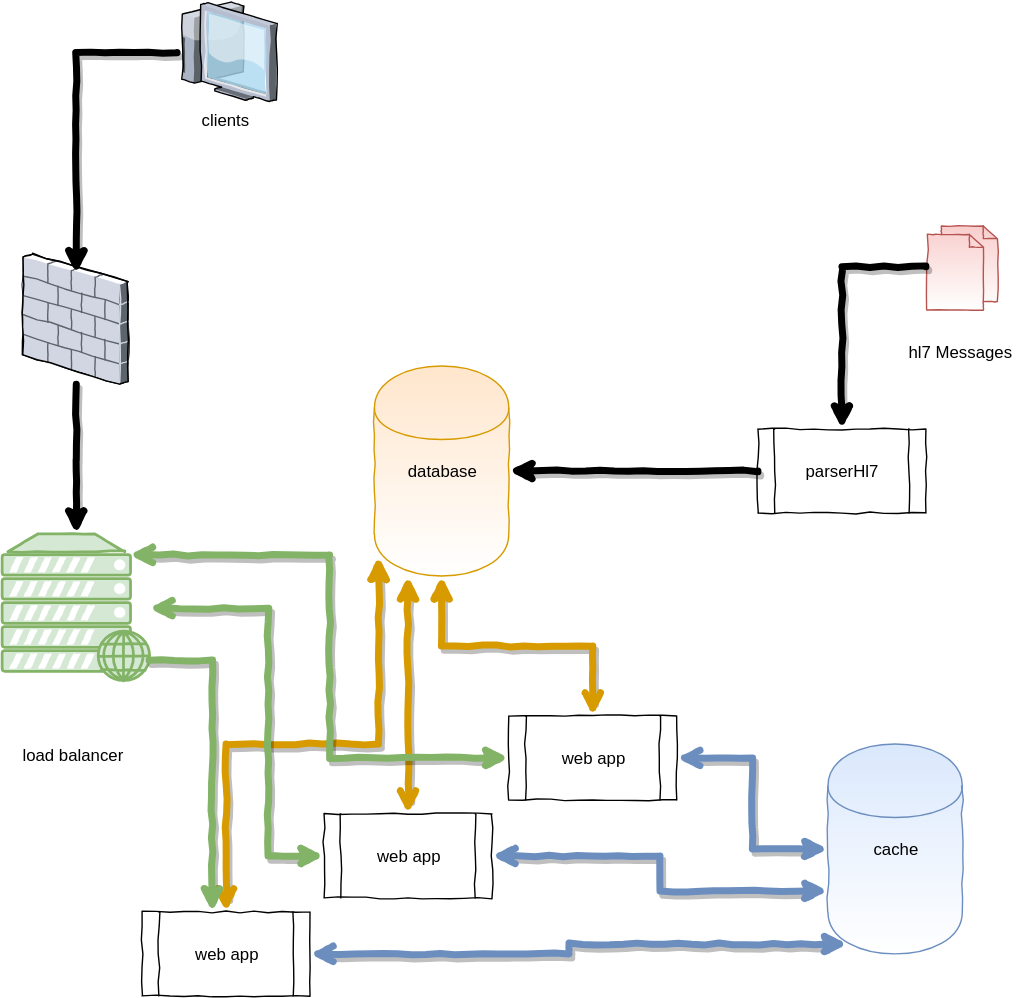
This is docs/diagram.svg from ffis/compass, a draw.io export, as it was before one commit. Source tidied: cells renumbered, new cells last; positions are measured from the earlier drawing's top-left corner, leaving out a move shared by most shapes. The source it was exported from:
```xml
<mxGraphModel>
  <root>
    <mxCell id="0" />
    <mxCell id="1" parent="0" />
    <mxCell id="2" value="parserHl7" style="shape=process;whiteSpace=wrap;html=1;comic=1;" parent="1" vertex="1">
      <mxGeometry x="540" y="305" width="120" height="60" as="geometry" />
    </mxCell>
    <mxCell id="3" style="endArrow=classic;html=1;entryX=1;entryY=0.5;exitX=0;exitY=0.5;shadow=1;strokeWidth=5;comic=1;" parent="1" edge="1" source="2" target="4">
      <mxGeometry relative="1" as="geometry" />
    </mxCell>
    <mxCell id="4" value="database" style="shape=cylinder;whiteSpace=wrap;html=1;comic=1;fillColor=#ffe6cc;strokeColor=#d79b00;gradientColor=#ffffff;" parent="1" vertex="1">
      <mxGeometry x="266" y="260" width="96" height="150" as="geometry" />
    </mxCell>
    <mxCell id="5" value="web app" style="shape=process;whiteSpace=wrap;html=1;comic=1;" parent="1" vertex="1">
      <mxGeometry x="362" y="510" width="120" height="60" as="geometry" />
    </mxCell>
    <mxCell id="6" style="edgeStyle=orthogonalEdgeStyle;rounded=0;comic=1;html=1;entryX=0.5;entryY=1;shadow=1;jettySize=auto;strokeWidth=5;startArrow=open;startFill=0;fillColor=#ffe6cc;strokeColor=#d79b00;" parent="1" edge="1" source="5" target="4">
      <mxGeometry relative="1" as="geometry" />
    </mxCell>
    <mxCell id="7" value="cache" style="shape=cylinder;whiteSpace=wrap;html=1;comic=1;fillColor=#dae8fc;strokeColor=#6c8ebf;gradientColor=#ffffff;" parent="1" vertex="1">
      <mxGeometry x="590" y="530" width="96" height="150" as="geometry" />
    </mxCell>
    <mxCell id="8" style="edgeStyle=orthogonalEdgeStyle;rounded=0;comic=1;html=1;entryX=0;entryY=0.5;shadow=1;startArrow=open;startFill=0;jettySize=auto;strokeWidth=5;fillColor=#dae8fc;strokeColor=#6c8ebf;" parent="1" edge="1" source="5" target="7">
      <mxGeometry relative="1" as="geometry" />
    </mxCell>
    <mxCell id="9" value="web app" style="shape=process;whiteSpace=wrap;html=1;comic=1;" parent="1" vertex="1">
      <mxGeometry x="230" y="580" width="120" height="60" as="geometry" />
    </mxCell>
    <mxCell id="10" style="edgeStyle=orthogonalEdgeStyle;rounded=0;comic=1;html=1;exitX=0.5;exitY=0;entryX=0.25;entryY=1;entryPerimeter=0;shadow=1;startArrow=open;startFill=0;jettySize=auto;strokeWidth=5;fillColor=#ffe6cc;strokeColor=#d79b00;" parent="1" edge="1" source="9" target="4">
      <mxGeometry relative="1" as="geometry" />
    </mxCell>
    <mxCell id="11" style="edgeStyle=orthogonalEdgeStyle;rounded=0;comic=1;html=1;exitX=1;exitY=0.5;entryX=0;entryY=0.7;shadow=1;startArrow=open;startFill=0;jettySize=auto;strokeWidth=5;fillColor=#dae8fc;strokeColor=#6c8ebf;" parent="1" edge="1" source="9" target="7">
      <mxGeometry relative="1" as="geometry" />
    </mxCell>
    <mxCell id="12" value="web app" style="shape=process;whiteSpace=wrap;html=1;comic=1;" parent="1" vertex="1">
      <mxGeometry x="100" y="650" width="120" height="60" as="geometry" />
    </mxCell>
    <mxCell id="13" style="edgeStyle=orthogonalEdgeStyle;rounded=0;comic=1;html=1;exitX=0.5;exitY=0;entryX=0.031;entryY=0.907;entryPerimeter=0;shadow=1;startArrow=open;startFill=0;jettySize=auto;strokeWidth=5;fillColor=#ffe6cc;strokeColor=#d79b00;" parent="1" edge="1" source="12" target="4">
      <mxGeometry relative="1" as="geometry" />
    </mxCell>
    <mxCell id="14" style="edgeStyle=orthogonalEdgeStyle;rounded=0;comic=1;html=1;entryX=0.15;entryY=0.95;entryPerimeter=0;shadow=1;startArrow=open;startFill=0;jettySize=auto;strokeWidth=5;fillColor=#dae8fc;strokeColor=#6c8ebf;" parent="1" edge="1" source="12" target="7">
      <mxGeometry relative="1" as="geometry" />
    </mxCell>
    <mxCell id="15" value="load balancer" style="fontColor=#000000;verticalAlign=middle;verticalLabelPosition=bottom;labelPosition=center;align=center;html=1;fillColor=#d5e8d4;strokeColor=#82b366;shape=mxgraph.networks.web_server;comic=1;" parent="1" vertex="1">
      <mxGeometry y="380" width="105" height="105" as="geometry" />
    </mxCell>
    <mxCell id="16" style="edgeStyle=orthogonalEdgeStyle;rounded=0;comic=1;html=1;entryX=0;entryY=0.5;shadow=1;startArrow=open;startFill=0;jettySize=auto;strokeWidth=5;fillColor=#d5e8d4;strokeColor=#82b366;" parent="1" edge="1" source="15" target="9">
      <mxGeometry relative="1" as="geometry">
        <Array as="points">
          <mxPoint x="190" y="433" />
          <mxPoint x="190" y="610" />
        </Array>
      </mxGeometry>
    </mxCell>
    <mxCell id="17" style="edgeStyle=orthogonalEdgeStyle;rounded=0;comic=1;html=1;exitX=0.87;exitY=0.14;exitPerimeter=0;entryX=0;entryY=0.5;shadow=1;startArrow=open;startFill=0;jettySize=auto;strokeWidth=5;fillColor=#d5e8d4;strokeColor=#82b366;" parent="1" edge="1" source="15" target="5">
      <mxGeometry relative="1" as="geometry">
        <Array as="points">
          <mxPoint x="234" y="395" />
          <mxPoint x="234" y="540" />
        </Array>
      </mxGeometry>
    </mxCell>
    <mxCell id="18" value="hl7&amp;nbsp;&lt;span&gt;Messages&lt;/span&gt;" style="html=1;verticalLabelPosition=bottom;verticalAlign=middle;strokeColor=#b85450;fillColor=#f8cecc;shape=mxgraph.ios7.icons.documents;comic=1;gradientColor=#ffffff;" parent="1" vertex="1">
      <mxGeometry x="661" y="160" width="50" height="60" as="geometry" />
    </mxCell>
    <mxCell id="19" style="edgeStyle=orthogonalEdgeStyle;rounded=0;comic=1;html=1;entryX=0.5;entryY=0;shadow=1;startArrow=none;startFill=0;jettySize=auto;strokeWidth=5;exitX=-0.02;exitY=0.483;exitPerimeter=0;" parent="1" edge="1" source="18" target="2">
      <mxGeometry relative="1" as="geometry">
        <Array as="points">
          <mxPoint x="600" y="189" />
        </Array>
      </mxGeometry>
    </mxCell>
    <mxCell id="20" style="edgeStyle=orthogonalEdgeStyle;rounded=0;comic=1;html=1;shadow=1;startArrow=none;startFill=0;jettySize=auto;strokeWidth=5;fillColor=#d5e8d4;strokeColor=#82b366;" parent="1" edge="1" source="15" target="12">
      <mxGeometry relative="1" as="geometry">
        <Array as="points">
          <mxPoint x="150" y="470" />
        </Array>
      </mxGeometry>
    </mxCell>
    <mxCell id="21" style="verticalLabelPosition=bottom;html=1;verticalAlign=middle;strokeColor=none;shape=mxgraph.citrix.firewall;comic=1;fillColor=none;" parent="1" vertex="1">
      <mxGeometry x="15" y="180" width="75" height="93" as="geometry" />
    </mxCell>
    <mxCell id="22" style="edgeStyle=orthogonalEdgeStyle;rounded=0;comic=1;html=1;entryX=0.5;entryY=0;entryPerimeter=0;shadow=1;startArrow=none;startFill=0;jettySize=auto;strokeWidth=5;" parent="1" edge="1" source="21" target="15">
      <mxGeometry relative="1" as="geometry" />
    </mxCell>
    <mxCell id="23" value="clients" style="verticalLabelPosition=bottom;html=1;verticalAlign=top;strokeColor=none;shape=mxgraph.citrix.thin_client;comic=1;fillColor=none;gradientColor=#ffffff;" parent="1" vertex="1">
      <mxGeometry x="125" width="71" height="71" as="geometry" />
    </mxCell>
    <mxCell id="24" style="edgeStyle=orthogonalEdgeStyle;rounded=0;comic=1;html=1;entryX=0.507;entryY=0.151;entryPerimeter=0;shadow=1;startArrow=none;startFill=0;jettySize=auto;strokeWidth=5;" parent="1" edge="1" source="23" target="21">
      <mxGeometry relative="1" as="geometry" />
    </mxCell>
  </root>
</mxGraphModel>
```
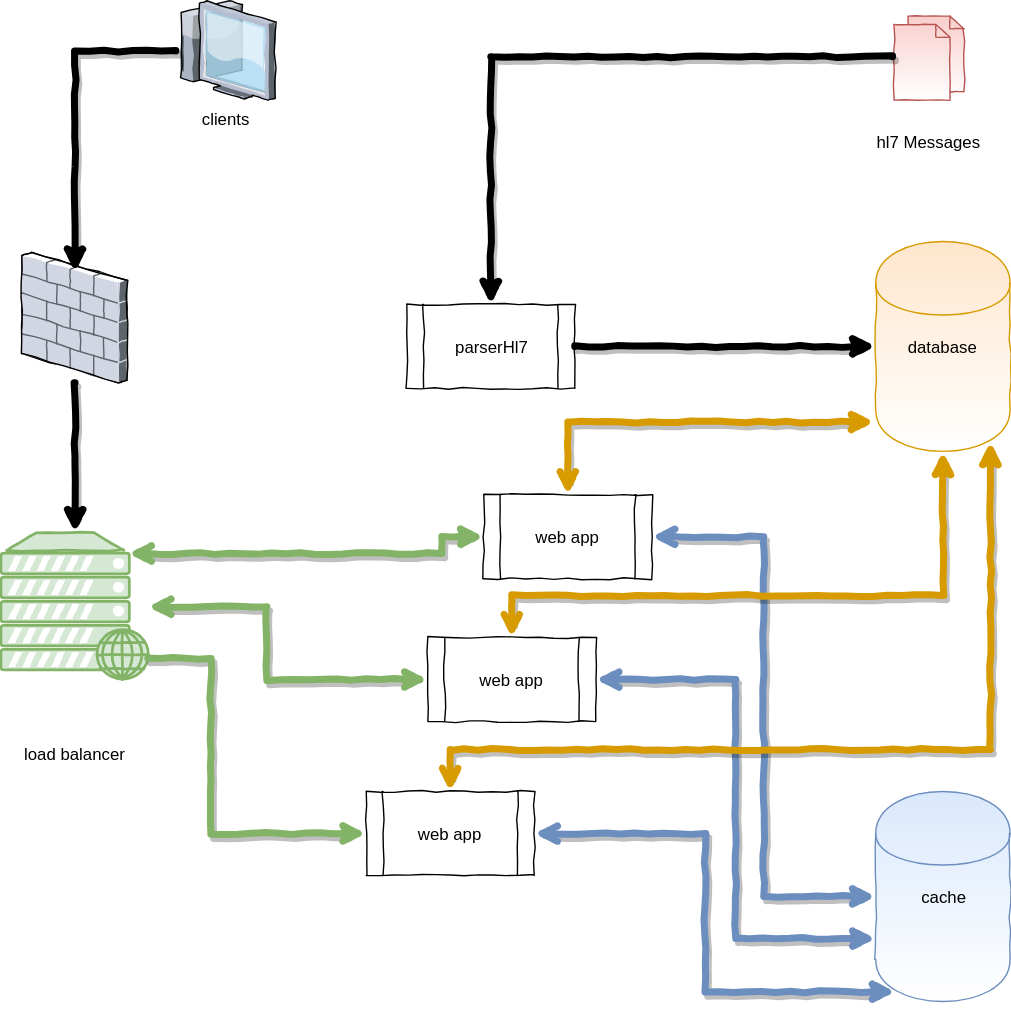
The same diagram one commit later.

The edit, as a diff of the source:
```diff
@@ -1,90 +1,103 @@
-<mxGraphModel>
+<mxGraphModel background="#ffffff">
   <root>
     <mxCell id="0" />
     <mxCell id="1" parent="0" />
     <mxCell id="2" value="parserHl7" style="shape=process;whiteSpace=wrap;html=1;comic=1;" parent="1" vertex="1">
-      <mxGeometry x="540" y="305" width="120" height="60" as="geometry" />
+      <mxGeometry x="287" y="-2" width="120" height="60" as="geometry" />
     </mxCell>
-    <mxCell id="3" style="endArrow=classic;html=1;entryX=1;entryY=0.5;exitX=0;exitY=0.5;shadow=1;strokeWidth=5;comic=1;" parent="1" edge="1" source="2" target="4">
+    <mxCell id="3" style="endArrow=classic;html=1;entryX=0;entryY=0.5;exitX=1;exitY=0.5;shadow=1;strokeWidth=5;comic=1;" parent="1" edge="1" source="2" target="4">
       <mxGeometry relative="1" as="geometry" />
     </mxCell>
     <mxCell id="4" value="database" style="shape=cylinder;whiteSpace=wrap;html=1;comic=1;fillColor=#ffe6cc;strokeColor=#d79b00;gradientColor=#ffffff;" parent="1" vertex="1">
-      <mxGeometry x="266" y="260" width="96" height="150" as="geometry" />
+      <mxGeometry x="622" y="-47" width="96" height="150" as="geometry" />
     </mxCell>
     <mxCell id="5" value="web app" style="shape=process;whiteSpace=wrap;html=1;comic=1;" parent="1" vertex="1">
-      <mxGeometry x="362" y="510" width="120" height="60" as="geometry" />
+      <mxGeometry x="342" y="134" width="120" height="60" as="geometry" />
     </mxCell>
-    <mxCell id="6" style="edgeStyle=orthogonalEdgeStyle;rounded=0;comic=1;html=1;entryX=0.5;entryY=1;shadow=1;jettySize=auto;strokeWidth=5;startArrow=open;startFill=0;fillColor=#ffe6cc;strokeColor=#d79b00;" parent="1" edge="1" source="5" target="4">
-      <mxGeometry relative="1" as="geometry" />
+    <mxCell id="6" style="edgeStyle=orthogonalEdgeStyle;rounded=0;comic=1;html=1;entryX=-0.01;entryY=0.86;shadow=1;jettySize=auto;strokeWidth=5;startArrow=open;startFill=0;fillColor=#ffe6cc;strokeColor=#d79b00;entryPerimeter=0;" parent="1" edge="1" source="5" target="4">
+      <mxGeometry relative="1" as="geometry">
+        <Array as="points">
+          <mxPoint x="402" y="82" />
+        </Array>
+      </mxGeometry>
     </mxCell>
     <mxCell id="7" value="cache" style="shape=cylinder;whiteSpace=wrap;html=1;comic=1;fillColor=#dae8fc;strokeColor=#6c8ebf;gradientColor=#ffffff;" parent="1" vertex="1">
-      <mxGeometry x="590" y="530" width="96" height="150" as="geometry" />
+      <mxGeometry x="622" y="346" width="96" height="150" as="geometry" />
     </mxCell>
     <mxCell id="8" style="edgeStyle=orthogonalEdgeStyle;rounded=0;comic=1;html=1;entryX=0;entryY=0.5;shadow=1;startArrow=open;startFill=0;jettySize=auto;strokeWidth=5;fillColor=#dae8fc;strokeColor=#6c8ebf;" parent="1" edge="1" source="5" target="7">
       <mxGeometry relative="1" as="geometry" />
     </mxCell>
     <mxCell id="9" value="web app" style="shape=process;whiteSpace=wrap;html=1;comic=1;" parent="1" vertex="1">
-      <mxGeometry x="230" y="580" width="120" height="60" as="geometry" />
+      <mxGeometry x="302" y="236" width="120" height="60" as="geometry" />
     </mxCell>
-    <mxCell id="10" style="edgeStyle=orthogonalEdgeStyle;rounded=0;comic=1;html=1;exitX=0.5;exitY=0;entryX=0.25;entryY=1;entryPerimeter=0;shadow=1;startArrow=open;startFill=0;jettySize=auto;strokeWidth=5;fillColor=#ffe6cc;strokeColor=#d79b00;" parent="1" edge="1" source="9" target="4">
-      <mxGeometry relative="1" as="geometry" />
+    <mxCell id="10" style="edgeStyle=orthogonalEdgeStyle;rounded=0;comic=1;html=1;exitX=0.5;exitY=0;entryX=0.5;entryY=1;shadow=1;startArrow=open;startFill=0;jettySize=auto;strokeWidth=5;fillColor=#ffe6cc;strokeColor=#d79b00;" parent="1" edge="1" source="9" target="4">
+      <mxGeometry relative="1" as="geometry">
+        <Array as="points">
+          <mxPoint x="362" y="206" />
+          <mxPoint x="670" y="206" />
+        </Array>
+      </mxGeometry>
     </mxCell>
     <mxCell id="11" style="edgeStyle=orthogonalEdgeStyle;rounded=0;comic=1;html=1;exitX=1;exitY=0.5;entryX=0;entryY=0.7;shadow=1;startArrow=open;startFill=0;jettySize=auto;strokeWidth=5;fillColor=#dae8fc;strokeColor=#6c8ebf;" parent="1" edge="1" source="9" target="7">
       <mxGeometry relative="1" as="geometry" />
     </mxCell>
     <mxCell id="12" value="web app" style="shape=process;whiteSpace=wrap;html=1;comic=1;" parent="1" vertex="1">
-      <mxGeometry x="100" y="650" width="120" height="60" as="geometry" />
+      <mxGeometry x="258" y="346" width="120" height="60" as="geometry" />
     </mxCell>
-    <mxCell id="13" style="edgeStyle=orthogonalEdgeStyle;rounded=0;comic=1;html=1;exitX=0.5;exitY=0;entryX=0.031;entryY=0.907;entryPerimeter=0;shadow=1;startArrow=open;startFill=0;jettySize=auto;strokeWidth=5;fillColor=#ffe6cc;strokeColor=#d79b00;" parent="1" edge="1" source="12" target="4">
-      <mxGeometry relative="1" as="geometry" />
+    <mxCell id="13" style="edgeStyle=orthogonalEdgeStyle;rounded=0;comic=1;html=1;exitX=0.5;exitY=0;entryX=0.85;entryY=0.95;entryPerimeter=0;shadow=1;startArrow=open;startFill=0;jettySize=auto;strokeWidth=5;fillColor=#ffe6cc;strokeColor=#d79b00;" parent="1" edge="1" source="12" target="4">
+      <mxGeometry relative="1" as="geometry">
+        <Array as="points">
+          <mxPoint x="318" y="316" />
+          <mxPoint x="704" y="316" />
+        </Array>
+      </mxGeometry>
     </mxCell>
     <mxCell id="14" style="edgeStyle=orthogonalEdgeStyle;rounded=0;comic=1;html=1;entryX=0.15;entryY=0.95;entryPerimeter=0;shadow=1;startArrow=open;startFill=0;jettySize=auto;strokeWidth=5;fillColor=#dae8fc;strokeColor=#6c8ebf;" parent="1" edge="1" source="12" target="7">
       <mxGeometry relative="1" as="geometry" />
     </mxCell>
     <mxCell id="15" value="load balancer" style="fontColor=#000000;verticalAlign=middle;verticalLabelPosition=bottom;labelPosition=center;align=center;html=1;fillColor=#d5e8d4;strokeColor=#82b366;shape=mxgraph.networks.web_server;comic=1;" parent="1" vertex="1">
-      <mxGeometry y="380" width="105" height="105" as="geometry" />
+      <mxGeometry x="-3" y="161" width="105" height="105" as="geometry" />
     </mxCell>
     <mxCell id="16" style="edgeStyle=orthogonalEdgeStyle;rounded=0;comic=1;html=1;entryX=0;entryY=0.5;shadow=1;startArrow=open;startFill=0;jettySize=auto;strokeWidth=5;fillColor=#d5e8d4;strokeColor=#82b366;" parent="1" edge="1" source="15" target="9">
       <mxGeometry relative="1" as="geometry">
         <Array as="points">
-          <mxPoint x="190" y="433" />
-          <mxPoint x="190" y="610" />
+          <mxPoint x="187" y="214" />
+          <mxPoint x="187" y="266" />
         </Array>
       </mxGeometry>
     </mxCell>
     <mxCell id="17" style="edgeStyle=orthogonalEdgeStyle;rounded=0;comic=1;html=1;exitX=0.87;exitY=0.14;exitPerimeter=0;entryX=0;entryY=0.5;shadow=1;startArrow=open;startFill=0;jettySize=auto;strokeWidth=5;fillColor=#d5e8d4;strokeColor=#82b366;" parent="1" edge="1" source="15" target="5">
       <mxGeometry relative="1" as="geometry">
         <Array as="points">
-          <mxPoint x="234" y="395" />
-          <mxPoint x="234" y="540" />
+          <mxPoint x="312" y="176" />
         </Array>
       </mxGeometry>
     </mxCell>
     <mxCell id="18" value="hl7&amp;nbsp;&lt;span&gt;Messages&lt;/span&gt;" style="html=1;verticalLabelPosition=bottom;verticalAlign=middle;strokeColor=#b85450;fillColor=#f8cecc;shape=mxgraph.ios7.icons.documents;comic=1;gradientColor=#ffffff;" parent="1" vertex="1">
-      <mxGeometry x="661" y="160" width="50" height="60" as="geometry" />
+      <mxGeometry x="635" y="-208" width="50" height="60" as="geometry" />
     </mxCell>
     <mxCell id="19" style="edgeStyle=orthogonalEdgeStyle;rounded=0;comic=1;html=1;entryX=0.5;entryY=0;shadow=1;startArrow=none;startFill=0;jettySize=auto;strokeWidth=5;exitX=-0.02;exitY=0.483;exitPerimeter=0;" parent="1" edge="1" source="18" target="2">
       <mxGeometry relative="1" as="geometry">
         <Array as="points">
-          <mxPoint x="600" y="189" />
+          <mxPoint x="347" y="-179" />
         </Array>
       </mxGeometry>
     </mxCell>
     <mxCell id="20" style="edgeStyle=orthogonalEdgeStyle;rounded=0;comic=1;html=1;shadow=1;startArrow=none;startFill=0;jettySize=auto;strokeWidth=5;fillColor=#d5e8d4;strokeColor=#82b366;" parent="1" edge="1" source="15" target="12">
       <mxGeometry relative="1" as="geometry">
         <Array as="points">
-          <mxPoint x="150" y="470" />
+          <mxPoint x="147" y="251" />
         </Array>
       </mxGeometry>
     </mxCell>
     <mxCell id="21" style="verticalLabelPosition=bottom;html=1;verticalAlign=middle;strokeColor=none;shape=mxgraph.citrix.firewall;comic=1;fillColor=none;" parent="1" vertex="1">
-      <mxGeometry x="15" y="180" width="75" height="93" as="geometry" />
+      <mxGeometry x="12" y="-39" width="75" height="93" as="geometry" />
     </mxCell>
     <mxCell id="22" style="edgeStyle=orthogonalEdgeStyle;rounded=0;comic=1;html=1;entryX=0.5;entryY=0;entryPerimeter=0;shadow=1;startArrow=none;startFill=0;jettySize=auto;strokeWidth=5;" parent="1" edge="1" source="21" target="15">
       <mxGeometry relative="1" as="geometry" />
     </mxCell>
     <mxCell id="23" value="clients" style="verticalLabelPosition=bottom;html=1;verticalAlign=top;strokeColor=none;shape=mxgraph.citrix.thin_client;comic=1;fillColor=none;gradientColor=#ffffff;" parent="1" vertex="1">
-      <mxGeometry x="125" width="71" height="71" as="geometry" />
+      <mxGeometry x="122" y="-219" width="71" height="71" as="geometry" />
     </mxCell>
     <mxCell id="24" style="edgeStyle=orthogonalEdgeStyle;rounded=0;comic=1;html=1;entryX=0.507;entryY=0.151;entryPerimeter=0;shadow=1;startArrow=none;startFill=0;jettySize=auto;strokeWidth=5;" parent="1" edge="1" source="23" target="21">
       <mxGeometry relative="1" as="geometry" />
```
